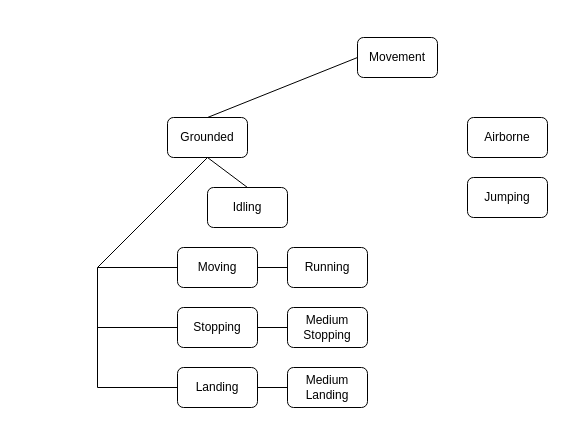
Earlier version of the draw.io diagram Documentation/playerstatemachine.drawio (bhillig/Neon-Blade-Impetus). Source tidied: cells renumbered, new cells numbered last; positions are measured from the earlier drawing's top-left corner, leaving out a move shared by most shapes. Both pictures are drawn from the tidied source at 100%, with x=0, y=0 at pixel (97, 37).
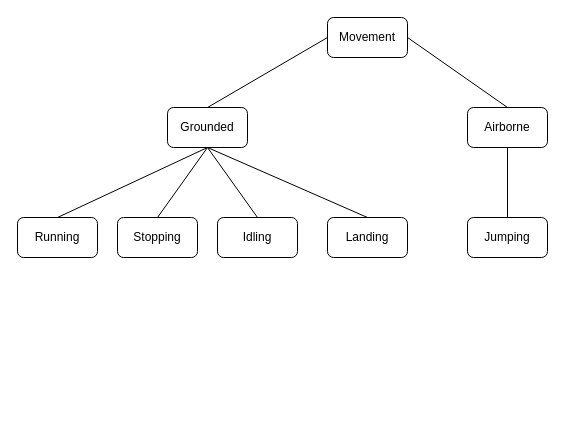
The same page after the edit.

Diff of the diagram source:
```diff
@@
     <mxCell id="2" value="Movement" style="rounded=1;whiteSpace=wrap;html=1;" parent="1" vertex="1">
-      <mxGeometry x="260" width="80" height="40" as="geometry" />
+      <mxGeometry x="230" y="-20" width="80" height="40" as="geometry" />
     </mxCell>
     <mxCell id="3" value="Grounded" style="rounded=1;whiteSpace=wrap;html=1;" parent="1" vertex="1">
-      <mxGeometry x="70" y="80" width="80" height="40" as="geometry" />
+      <mxGeometry x="70" y="70" width="80" height="40" as="geometry" />
     </mxCell>
     <mxCell id="4" value="Airborne" style="rounded=1;whiteSpace=wrap;html=1;" parent="1" vertex="1">
-      <mxGeometry x="370" y="80" width="80" height="40" as="geometry" />
+      <mxGeometry x="370" y="70" width="80" height="40" as="geometry" />
     </mxCell>
     <mxCell id="5" value="Jumping" style="rounded=1;whiteSpace=wrap;html=1;" parent="1" vertex="1">
-      <mxGeometry x="370" y="140" width="80" height="40" as="geometry" />
+      <mxGeometry x="370" y="180" width="80" height="40" as="geometry" />
     </mxCell>
     <mxCell id="6" value="Idling" style="rounded=1;whiteSpace=wrap;html=1;" parent="1" vertex="1">
-      <mxGeometry x="110" y="150" width="80" height="40" as="geometry" />
+      <mxGeometry x="120" y="180" width="80" height="40" as="geometry" />
     </mxCell>
-    <mxCell id="7" value="Moving" style="rounded=1;whiteSpace=wrap;html=1;" parent="1" vertex="1">
-      <mxGeometry x="80" y="210" width="80" height="40" as="geometry" />
-    </mxCell>
-    <mxCell id="8" value="Stopping" style="rounded=1;whiteSpace=wrap;html=1;" parent="1" vertex="1">
-      <mxGeometry x="80" y="270" width="80" height="40" as="geometry" />
-    </mxCell>
-    <mxCell id="9" value="Landing" style="rounded=1;whiteSpace=wrap;html=1;" parent="1" vertex="1">
-      <mxGeometry x="80" y="330" width="80" height="40" as="geometry" />
-    </mxCell>
     <mxCell id="10" value="Running&lt;br&gt;" style="rounded=1;whiteSpace=wrap;html=1;" parent="1" vertex="1">
-      <mxGeometry x="190" y="210" width="80" height="40" as="geometry" />
+      <mxGeometry x="-80" y="180" width="80" height="40" as="geometry" />
     </mxCell>
-    <mxCell id="11" value="Medium Stopping" style="rounded=1;whiteSpace=wrap;html=1;" parent="1" vertex="1">
-      <mxGeometry x="190" y="270" width="80" height="40" as="geometry" />
+    <mxCell id="11" value="Stopping" style="rounded=1;whiteSpace=wrap;html=1;" parent="1" vertex="1">
+      <mxGeometry x="20" y="180" width="80" height="40" as="geometry" />
     </mxCell>
-    <mxCell id="12" value="Medium Landing" style="rounded=1;whiteSpace=wrap;html=1;" parent="1" vertex="1">
-      <mxGeometry x="190" y="330" width="80" height="40" as="geometry" />
+    <mxCell id="12" value="Landing" style="rounded=1;whiteSpace=wrap;html=1;" parent="1" vertex="1">
+      <mxGeometry x="230" y="180" width="80" height="40" as="geometry" />
     </mxCell>
@@
-    <mxCell id="15" style="endArrow=none;html=1;rounded=0;exitX=0;exitY=0.5;exitDx=0;exitDy=0;" parent="1" edge="1" source="7">
-      <mxGeometry relative="1" as="geometry">
-        <mxPoint y="230" as="targetPoint" />
-      </mxGeometry>
-    </mxCell>
-    <mxCell id="16" style="endArrow=none;html=1;rounded=0;entryX=0.5;entryY=1;entryDx=0;entryDy=0;" parent="1" edge="1" target="3">
-      <mxGeometry relative="1" as="geometry">
-        <mxPoint y="230" as="sourcePoint" />
-      </mxGeometry>
-    </mxCell>
-    <mxCell id="17" style="endArrow=none;html=1;rounded=0;" parent="1" edge="1">
-      <mxGeometry relative="1" as="geometry">
-        <mxPoint y="350" as="sourcePoint" />
-        <mxPoint y="230" as="targetPoint" />
-      </mxGeometry>
-    </mxCell>
-    <mxCell id="18" style="endArrow=none;html=1;rounded=0;exitX=0;exitY=0.5;exitDx=0;exitDy=0;" parent="1" edge="1" source="8">
-      <mxGeometry relative="1" as="geometry">
-        <mxPoint y="290" as="targetPoint" />
-      </mxGeometry>
-    </mxCell>
-    <mxCell id="19" style="endArrow=none;html=1;rounded=0;exitX=0;exitY=0.5;exitDx=0;exitDy=0;" parent="1" edge="1" source="9">
-      <mxGeometry relative="1" as="geometry">
-        <mxPoint y="350" as="targetPoint" />
-      </mxGeometry>
-    </mxCell>
-    <mxCell id="20" style="endArrow=none;html=1;rounded=0;exitX=0;exitY=0.5;exitDx=0;exitDy=0;entryX=1;entryY=0.5;entryDx=0;entryDy=0;" parent="1" edge="1" source="10" target="7">
+    <mxCell id="20" style="endArrow=none;html=1;rounded=0;exitX=0.5;exitY=0;exitDx=0;exitDy=0;entryX=0.5;entryY=1;entryDx=0;entryDy=0;" parent="1" edge="1" source="10" target="3">
       <mxGeometry relative="1" as="geometry" />
     </mxCell>
-    <mxCell id="21" style="endArrow=none;html=1;rounded=0;exitX=0;exitY=0.5;exitDx=0;exitDy=0;entryX=1;entryY=0.5;entryDx=0;entryDy=0;" parent="1" edge="1" source="11" target="8">
+    <mxCell id="21" style="endArrow=none;html=1;rounded=0;exitX=0.5;exitY=0;exitDx=0;exitDy=0;entryX=0.5;entryY=1;entryDx=0;entryDy=0;" parent="1" edge="1" source="11" target="3">
       <mxGeometry relative="1" as="geometry" />
     </mxCell>
-    <mxCell id="22" style="endArrow=none;html=1;rounded=0;exitX=0;exitY=0.5;exitDx=0;exitDy=0;entryX=1;entryY=0.5;entryDx=0;entryDy=0;" parent="1" edge="1" source="12" target="9">
+    <mxCell id="22" style="endArrow=none;html=1;rounded=0;exitX=0.5;exitY=0;exitDx=0;exitDy=0;entryX=0.5;entryY=1;entryDx=0;entryDy=0;" parent="1" edge="1" source="12" target="3">
       <mxGeometry relative="1" as="geometry" />
     </mxCell>
@@
+    <mxCell id="24" style="endArrow=none;html=1;rounded=0;entryX=1;entryY=0.5;entryDx=0;entryDy=0;exitX=0.5;exitY=0;exitDx=0;exitDy=0;" parent="1" edge="1" source="4" target="2">
+      <mxGeometry relative="1" as="geometry" />
+    </mxCell>
+    <mxCell id="25" style="endArrow=none;html=1;rounded=0;entryX=0.5;entryY=1;entryDx=0;entryDy=0;exitX=0.5;exitY=0;exitDx=0;exitDy=0;" parent="1" edge="1" source="5" target="4">
+      <mxGeometry relative="1" as="geometry" />
+    </mxCell>
```
